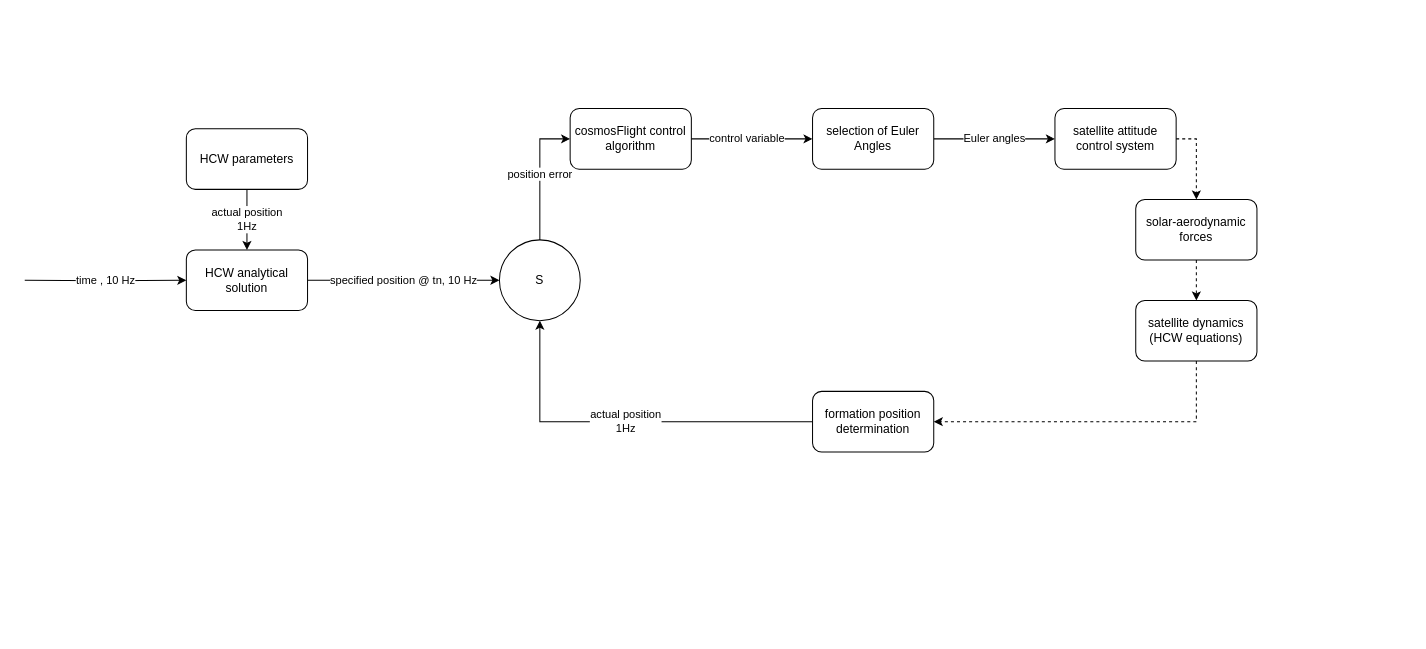
JanThoemel/drawIO keeps this draw.io diagram as cosmosFormationFlightAlgorithm.drawio. Above is the earlier version. Source tidied: cells renumbered, new cells numbered last; positions are measured from the earlier drawing's top-left corner, leaving out a move shared by most shapes. Both pictures are drawn from the tidied source at 101%, with x=0, y=0 at pixel (24, 108).
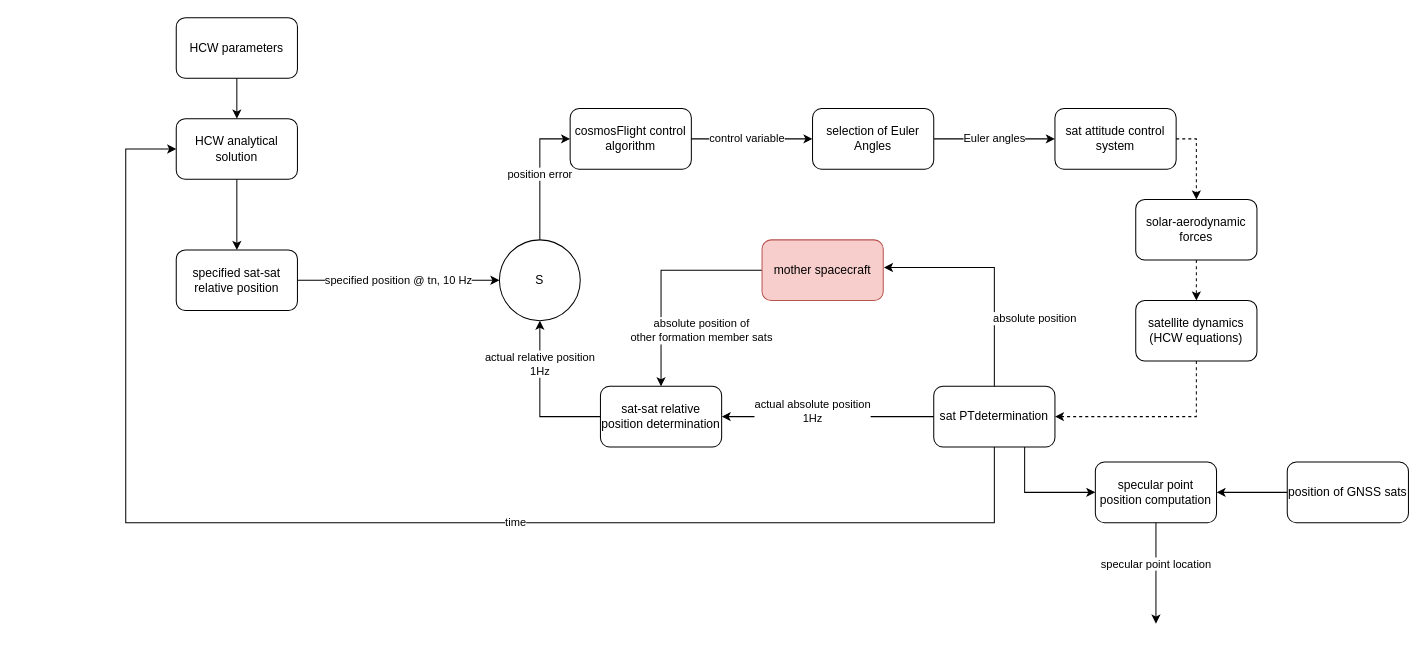
Above is the later version.

The change refers to these unchanged cells:
```xml
<mxCell id="2" value="&lt;font face=&quot;greekC&quot;&gt;S&lt;/font&gt;" style="ellipse;whiteSpace=wrap;html=1;" parent="1" vertex="1">
  <mxGeometry x="470" y="130" width="80" height="80" as="geometry" />
</mxCell>
```

The edit, as a diff of the source:
```diff
@@
-    <mxCell id="3" value="actual position&lt;br&gt;1Hz" style="edgeStyle=orthogonalEdgeStyle;rounded=0;jettySize=auto;html=1;exitX=0;exitY=0.5;exitDx=0;exitDy=0;entryX=0.5;entryY=1;entryDx=0;entryDy=0;" parent="1" edge="1" source="4" target="2">
-      <mxGeometry relative="1" as="geometry" />
+    <mxCell id="3" value="actual relative position&lt;br&gt;1Hz" style="edgeStyle=orthogonalEdgeStyle;rounded=0;jettySize=auto;html=1;exitX=0;exitY=0.5;exitDx=0;exitDy=0;entryX=0.5;entryY=1;entryDx=0;entryDy=0;startArrow=none;" parent="1" edge="1" source="22" target="2">
+      <mxGeometry x="0.44" relative="1" as="geometry" />
     </mxCell>
+    <mxCell id="21" style="edgeStyle=orthogonalEdgeStyle;rounded=0;jettySize=auto;html=1;entryX=0;entryY=0.5;entryDx=0;entryDy=0;exitX=0.75;exitY=1;exitDx=0;exitDy=0;" parent="1" edge="1" source="4" target="27">
+      <mxGeometry relative="1" as="geometry" />
+    </mxCell>
-    <mxCell id="4" value="formation position determination" style="rounded=1;whiteSpace=wrap;html=1;" parent="1" vertex="1">
-      <mxGeometry x="780" y="280" width="120" height="60" as="geometry" />
+    <mxCell id="4" value="sat PTdetermination" style="rounded=1;whiteSpace=wrap;html=1;" parent="1" vertex="1">
+      <mxGeometry x="900" y="275" width="120" height="60" as="geometry" />
     </mxCell>
@@
-    <mxCell id="7" value="satellite attitude control system" style="rounded=1;whiteSpace=wrap;html=1;" parent="1" vertex="1">
+    <mxCell id="7" value="sat attitude control system" style="rounded=1;whiteSpace=wrap;html=1;" parent="1" vertex="1">
       <mxGeometry x="1020" width="120" height="60" as="geometry" />
     </mxCell>
@@
-    <mxCell id="9" value="specified position @ tn, 10 Hz" style="edgeStyle=orthogonalEdgeStyle;rounded=0;jettySize=auto;html=1;entryX=0;entryY=0.5;entryDx=0;entryDy=0;" parent="1" edge="1" source="17" target="2">
+    <mxCell id="9" value="specified position @ tn, 10 Hz" style="edgeStyle=orthogonalEdgeStyle;rounded=0;jettySize=auto;html=1;entryX=0;entryY=0.5;entryDx=0;entryDy=0;exitX=1;exitY=0.5;exitDx=0;exitDy=0;" parent="1" edge="1" source="23" target="2">
       <mxGeometry relative="1" as="geometry" />
     </mxCell>
@@
     <mxCell id="17" value="HCW analytical solution" style="rounded=1;whiteSpace=wrap;html=1;" parent="1" vertex="1">
-      <mxGeometry x="160" y="140" width="120" height="60" as="geometry" />
+      <mxGeometry x="150" y="10" width="120" height="60" as="geometry" />
     </mxCell>
     <mxCell id="18" value="HCW parameters" style="rounded=1;whiteSpace=wrap;html=1;" parent="1" vertex="1">
-      <mxGeometry x="160" y="20" width="120" height="60" as="geometry" />
+      <mxGeometry x="150" y="-90" width="120" height="60" as="geometry" />
     </mxCell>
-    <mxCell id="19" value="actual position&lt;br&gt;1Hz" style="edgeStyle=orthogonalEdgeStyle;rounded=0;jettySize=auto;html=1;exitX=0.5;exitY=1;exitDx=0;exitDy=0;entryX=0.5;entryY=0;entryDx=0;entryDy=0;" parent="1" edge="1" source="18" target="17">
+    <mxCell id="19" style="edgeStyle=orthogonalEdgeStyle;rounded=0;jettySize=auto;html=1;exitX=0.5;exitY=1;exitDx=0;exitDy=0;entryX=0.5;entryY=0;entryDx=0;entryDy=0;" parent="1" edge="1" source="18" target="17">
       <mxGeometry relative="1" as="geometry" />
     </mxCell>
-    <mxCell id="20" value="time , 10 Hz" style="edgeStyle=orthogonalEdgeStyle;rounded=0;jettySize=auto;html=1;entryX=0;entryY=0.5;entryDx=0;entryDy=0;" parent="1" edge="1" target="17">
-      <mxGeometry relative="1" as="geometry">
-        <mxPoint y="170" as="sourcePoint" />
-      </mxGeometry>
-    </mxCell>
+    <mxCell id="22" value="sat-sat relative position determination" style="rounded=1;whiteSpace=wrap;html=1;" parent="1" vertex="1">
+      <mxGeometry x="570" y="275" width="120" height="60" as="geometry" />
+    </mxCell>
+    <mxCell id="23" value="specified sat-sat relative position" style="rounded=1;whiteSpace=wrap;html=1;" parent="1" vertex="1">
+      <mxGeometry x="150" y="140" width="120" height="60" as="geometry" />
+    </mxCell>
+    <mxCell id="24" style="edgeStyle=orthogonalEdgeStyle;rounded=0;jettySize=auto;html=1;exitX=0.5;exitY=1;exitDx=0;exitDy=0;entryX=0.5;entryY=0;entryDx=0;entryDy=0;" parent="1" edge="1" source="17" target="23">
+      <mxGeometry relative="1" as="geometry" />
+    </mxCell>
+    <mxCell id="25" value="actual absolute position&lt;br&gt;1Hz" style="edgeStyle=orthogonalEdgeStyle;rounded=0;jettySize=auto;html=1;exitX=0;exitY=0.5;exitDx=0;exitDy=0;entryX=1;entryY=0.5;entryDx=0;entryDy=0;startArrow=none;" parent="1" edge="1" source="4" target="22">
+      <mxGeometry x="0.14" y="-5" relative="1" as="geometry" />
+    </mxCell>
+    <mxCell id="26" value="absolute position of&lt;br&gt;other formation member sats" style="edgeStyle=orthogonalEdgeStyle;rounded=0;jettySize=auto;html=1;entryX=0.5;entryY=0;entryDx=0;entryDy=0;startArrow=none;exitX=0;exitY=0.5;exitDx=0;exitDy=0;" parent="1" edge="1" source="32" target="22">
+      <mxGeometry x="0.49" y="40" relative="1" as="geometry" />
+    </mxCell>
+    <mxCell id="27" value="specular point position computation" style="rounded=1;whiteSpace=wrap;html=1;" parent="1" vertex="1">
+      <mxGeometry x="1060" y="350" width="120" height="60" as="geometry" />
+    </mxCell>
+    <mxCell id="28" style="edgeStyle=orthogonalEdgeStyle;rounded=0;jettySize=auto;html=1;entryX=1;entryY=0.5;entryDx=0;entryDy=0;" parent="1" edge="1" source="29" target="27">
+      <mxGeometry relative="1" as="geometry" />
+    </mxCell>
+    <mxCell id="29" value="position of GNSS sats" style="rounded=1;whiteSpace=wrap;html=1;" parent="1" vertex="1">
+      <mxGeometry x="1250" y="350" width="120" height="60" as="geometry" />
+    </mxCell>
+    <mxCell id="30" value="specular point location" style="edgeStyle=orthogonalEdgeStyle;rounded=0;jettySize=auto;html=1;exitX=0.5;exitY=1;exitDx=0;exitDy=0;startArrow=none;" parent="1" edge="1" source="27">
+      <mxGeometry x="-0.19" relative="1" as="geometry">
+        <mxPoint x="1120" y="510" as="targetPoint" />
+      </mxGeometry>
+    </mxCell>
+    <mxCell id="31" value="time" style="edgeStyle=orthogonalEdgeStyle;rounded=0;jettySize=auto;html=1;startArrow=none;entryX=0;entryY=0.5;entryDx=0;entryDy=0;" parent="1" edge="1" source="4" target="17">
+      <mxGeometry x="-0.19" relative="1" as="geometry">
+        <Array as="points">
+          <mxPoint x="960" y="410" />
+          <mxPoint x="100" y="410" />
+          <mxPoint x="100" y="40" />
+        </Array>
+      </mxGeometry>
+    </mxCell>
+    <mxCell id="32" value="mother spacecraft" style="rounded=1;whiteSpace=wrap;html=1;fillColor=#f8cecc;strokeColor=#b85450;" parent="1" vertex="1">
+      <mxGeometry x="730" y="130" width="120" height="60" as="geometry" />
+    </mxCell>
+    <mxCell id="33" value="absolute position" style="edgeStyle=orthogonalEdgeStyle;rounded=0;jettySize=auto;html=1;exitX=0.5;exitY=0;exitDx=0;exitDy=0;startArrow=none;entryX=1.006;entryY=0.456;entryDx=0;entryDy=0;entryPerimeter=0;" parent="1" edge="1" source="4" target="32">
+      <mxGeometry x="-0.41" y="-40" relative="1" as="geometry" />
+    </mxCell>
```
